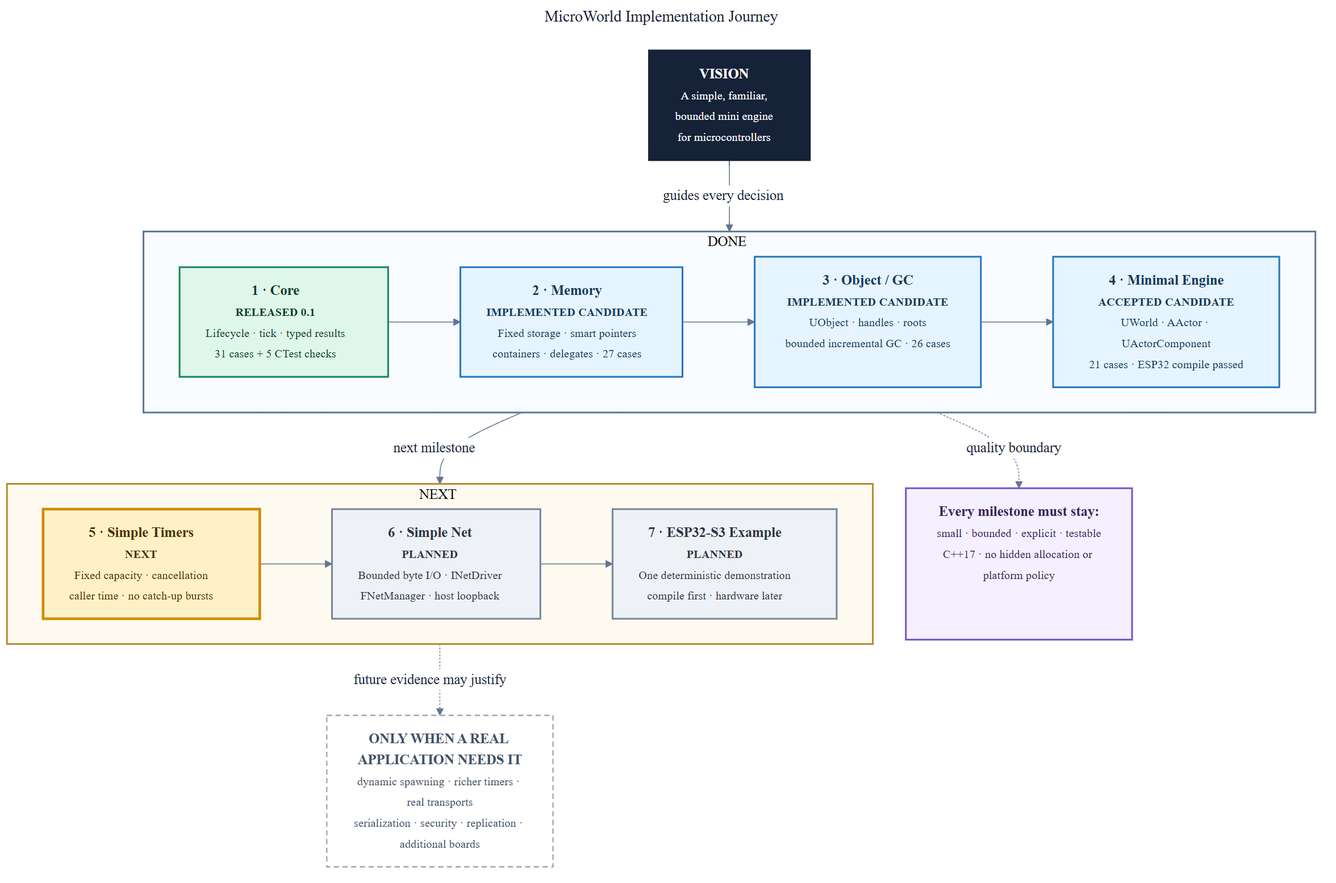
Earlier version of the Mermaid export lib/microworld/docs/diagrams/microworld-implementation-roadmap.png (musicofsilence-public/esp32_lora_watering). Its source is kept beside it as lib/microworld/docs/diagrams/microworld-implementation-roadmap.mmd.
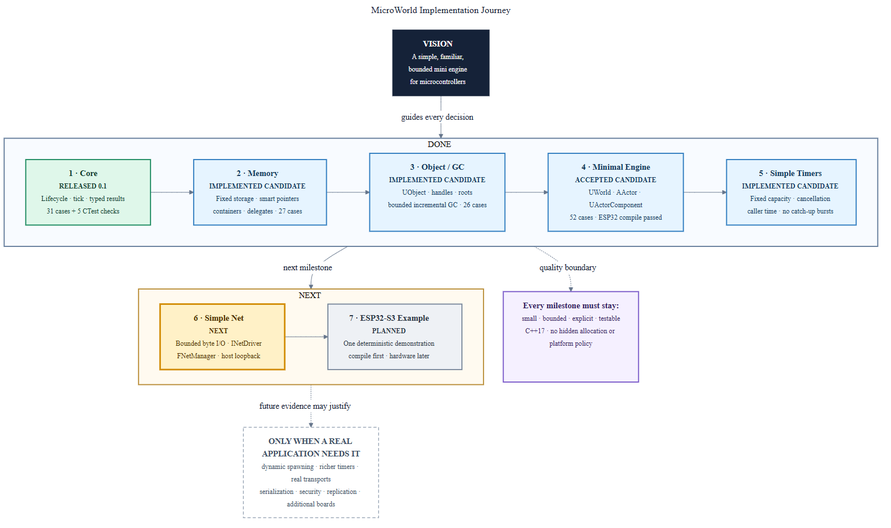
After the change.

What changed in the source:
```diff
@@ -24,22 +24,22 @@
         CORE["<b>1 · Core</b><br/><small><b>RELEASED 0.1</b><br/>Lifecycle · tick · typed results<br/>31 cases + 5 CTest checks</small>"]
         MEMORY["<b>2 · Memory</b><br/><small><b>IMPLEMENTED CANDIDATE</b><br/>Fixed storage · smart pointers<br/>containers · delegates · 27 cases</small>"]
         OBJECT["<b>3 · Object / GC</b><br/><small><b>IMPLEMENTED CANDIDATE</b><br/>UObject · handles · roots<br/>bounded incremental GC · 26 cases</small>"]
-        ENGINE["<b>4 · Minimal Engine</b><br/><small><b>ACCEPTED CANDIDATE</b><br/>UWorld · AActor · UActorComponent<br/>21 cases · ESP32 compile passed</small>"]
+        ENGINE["<b>4 · Minimal Engine</b><br/><small><b>ACCEPTED CANDIDATE</b><br/>UWorld · AActor · UActorComponent<br/>52 cases · ESP32 compile passed</small>"]
+        TIMERS["<b>5 · Simple Timers</b><br/><small><b>IMPLEMENTED CANDIDATE</b><br/>Fixed capacity · cancellation<br/>caller time · no catch-up bursts</small>"]
 
-        CORE --> MEMORY --> OBJECT --> ENGINE
+        CORE --> MEMORY --> OBJECT --> ENGINE --> TIMERS
     end
 
     subgraph DELIVERY["NEXT ·"]
         direction LR
-        TIMERS["<b>5 · Simple Timers</b><br/><small><b>NEXT</b><br/>Fixed capacity · cancellation<br/>caller time · no catch-up bursts</small>"]
-        NET["<b>6 · Simple Net</b><br/><small><b>PLANNED</b><br/>Bounded byte I/O · INetDriver<br/>FNetManager · host loopback</small>"]
+        NET["<b>6 · Simple Net</b><br/><small><b>NEXT</b><br/>Bounded byte I/O · INetDriver<br/>FNetManager · host loopback</small>"]
         EXAMPLE["<b>7 · ESP32-S3 Example</b><br/><small><b>PLANNED</b><br/>One deterministic demonstration<br/>compile first · hardware later</small>"]
 
-        TIMERS --> NET --> EXAMPLE
+        NET --> EXAMPLE
     end
 
     VISION -->|"guides every decision"| CORE
-    ENGINE -->|"next milestone"| TIMERS
+    TIMERS -->|"next milestone"| NET
 
     ACCEPT["<b>Every milestone must stay:</b><br/><small>small · bounded · explicit · testable<br/>C++17 · no hidden allocation or platform policy</small>"]
     ENGINE -. "quality boundary" .-> ACCEPT
@@ -57,9 +57,9 @@
 
     class VISION vision;
     class CORE released;
-    class MEMORY,OBJECT,ENGINE candidate;
-    class TIMERS next;
-    class NET,EXAMPLE planned;
+    class MEMORY,OBJECT,ENGINE,TIMERS candidate;
+    class NET next;
+    class EXAMPLE planned;
     class ACCEPT principle;
     class LATER later;
 
```
